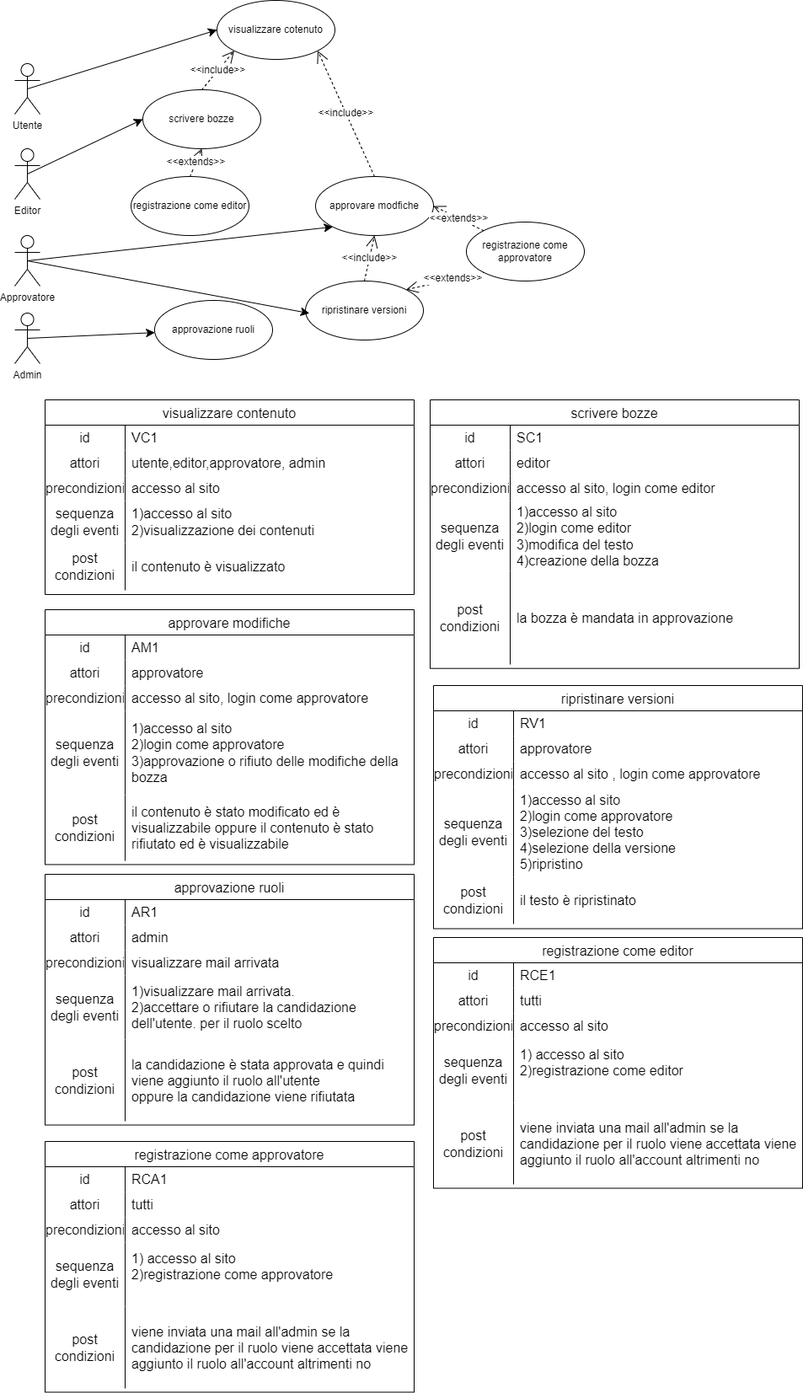
AngeloRipamonti/5C_WikiStudenti_DiDonnaKotisRipamontiTacconi keeps this draw.io diagram as assets/schemas/Casi d'uso.drawio.png. Above is the earlier version. Source tidied: cells renumbered, new cells last; positions are measured from the earlier drawing's top-left corner, leaving out a move shared by most shapes.
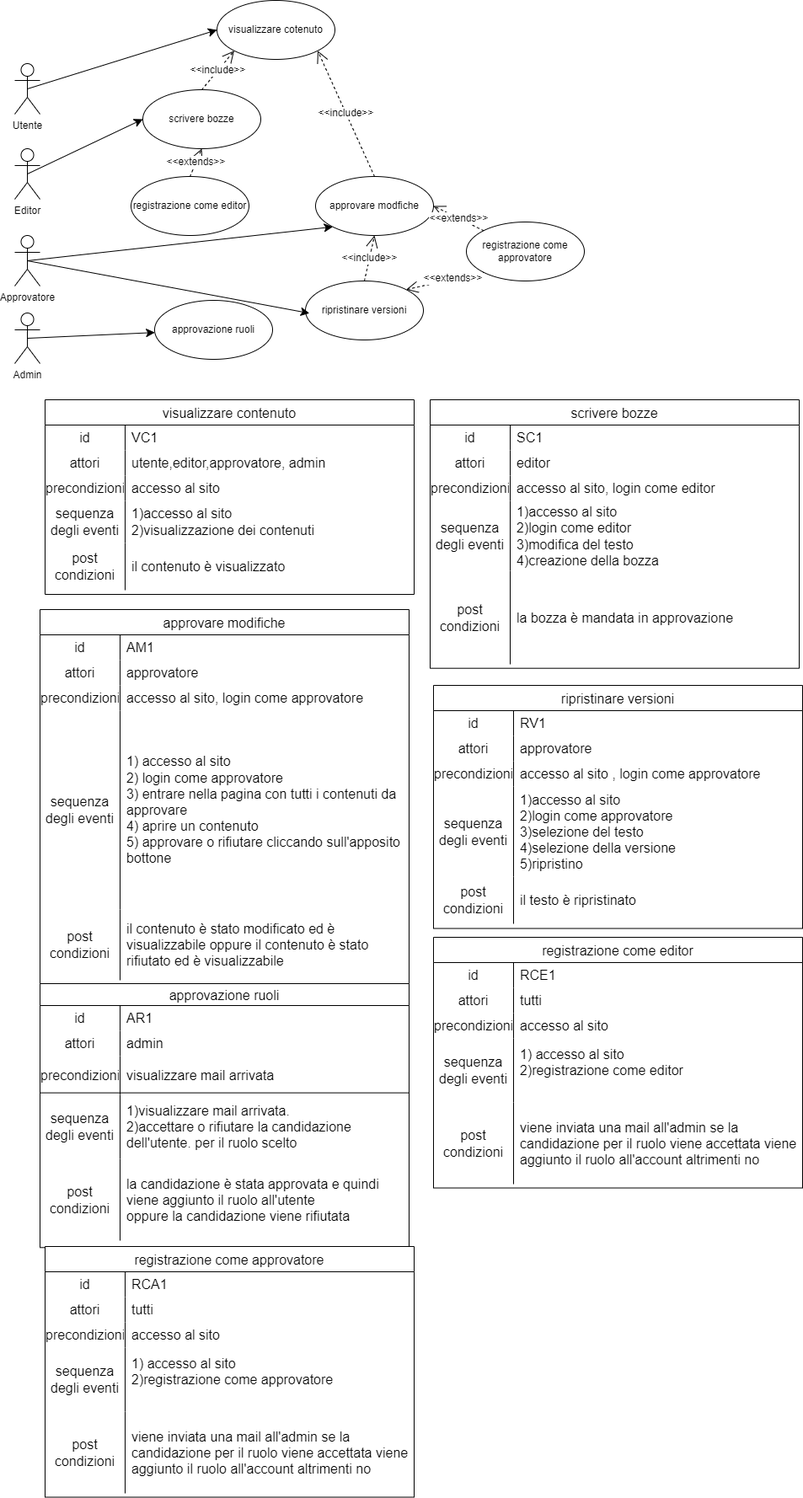
After the change.

Commit message:
use case

Diff of the diagram source:
```diff
@@ -150,7 +150,7 @@
       <mxGeometry x="95" width="343" height="111" as="geometry" />
     </mxCell>
     <mxCell id="51" value="approvare modifiche" style="shape=table;startSize=30;rowLines=0;fontStyle=0;strokeColor=default;fontSize=16;" parent="1" vertex="1">
-      <mxGeometry x="36" y="723" width="438" height="302.4" as="geometry" />
+      <mxGeometry x="30" y="723" width="438" height="573.6" as="geometry" />
     </mxCell>
     <mxCell id="52" style="shape=tableRow;horizontal=0;startSize=0;swimlaneHead=0;swimlaneBody=0;top=0;left=0;bottom=0;right=0;fillColor=none;strokeColor=inherit;fontSize=16;" parent="51" vertex="1">
       <mxGeometry y="30" width="438" height="30" as="geometry" />
@@ -180,22 +180,22 @@
       <mxGeometry x="95" width="343" height="30" as="geometry" />
     </mxCell>
     <mxCell id="61" style="shape=tableRow;horizontal=0;startSize=0;swimlaneHead=0;swimlaneBody=0;top=0;left=0;bottom=0;right=0;fillColor=none;strokeColor=inherit;fontSize=16;" parent="51" vertex="1">
-      <mxGeometry y="120" width="438" height="100" as="geometry" />
+      <mxGeometry y="120" width="438" height="236" as="geometry" />
     </mxCell>
     <mxCell id="62" value="sequenza degli eventi" style="shape=partialRectangle;html=1;whiteSpace=wrap;fillColor=none;top=0;left=0;bottom=0;right=0;overflow=hidden;strokeColor=inherit;fontSize=16;" parent="61" vertex="1">
-      <mxGeometry width="95" height="100" as="geometry" />
+      <mxGeometry width="95" height="236" as="geometry" />
     </mxCell>
-    <mxCell id="63" value="1)accesso al sito&lt;div&gt;2)login come approvatore&lt;/div&gt;&lt;div&gt;3)approvazione o rifiuto delle modifiche della bozza&lt;/div&gt;" style="shape=partialRectangle;html=1;whiteSpace=wrap;fillColor=none;top=0;left=0;bottom=0;right=0;align=left;spacingLeft=6;overflow=hidden;strokeColor=inherit;fontSize=16;" parent="61" vertex="1">
-      <mxGeometry x="95" width="343" height="100" as="geometry" />
+    <mxCell id="63" value="1) accesso al sito&lt;div&gt;2) login come approvatore&lt;/div&gt;&lt;div&gt;3) entrare nella pagina con tutti i contenuti da approvare&lt;/div&gt;&lt;div&gt;4) aprire un contenuto&amp;nbsp;&lt;/div&gt;&lt;div&gt;5) approvare o rifiutare cliccando sull'apposito bottone&lt;/div&gt;" style="shape=partialRectangle;html=1;whiteSpace=wrap;fillColor=none;top=0;left=0;bottom=0;right=0;align=left;spacingLeft=6;overflow=hidden;strokeColor=inherit;fontSize=16;" parent="61" vertex="1">
+      <mxGeometry x="95" width="343" height="236" as="geometry" />
     </mxCell>
     <mxCell id="64" style="shape=tableRow;horizontal=0;startSize=0;swimlaneHead=0;swimlaneBody=0;top=0;left=0;bottom=0;right=0;fillColor=none;strokeColor=inherit;fontSize=16;" parent="51" vertex="1">
-      <mxGeometry y="220" width="438" height="78" as="geometry" />
+      <mxGeometry y="356" width="438" height="84" as="geometry" />
     </mxCell>
     <mxCell id="65" value="post condizioni" style="shape=partialRectangle;html=1;whiteSpace=wrap;fillColor=none;top=0;left=0;bottom=0;right=0;overflow=hidden;strokeColor=inherit;fontSize=16;" parent="64" vertex="1">
-      <mxGeometry width="95" height="78" as="geometry" />
+      <mxGeometry width="95" height="84" as="geometry" />
     </mxCell>
     <mxCell id="66" value="il contenuto è stato modificato ed è visualizzabile oppure il contenuto è stato rifiutato ed è visualizzabile" style="shape=partialRectangle;html=1;whiteSpace=wrap;fillColor=none;top=0;left=0;bottom=0;right=0;align=left;spacingLeft=6;overflow=hidden;strokeColor=inherit;fontSize=16;" parent="64" vertex="1">
-      <mxGeometry x="95" width="343" height="78" as="geometry" />
+      <mxGeometry x="95" width="343" height="84" as="geometry" />
     </mxCell>
     <mxCell id="67" value="ripristinare versioni" style="shape=table;startSize=30;rowLines=0;fontStyle=0;strokeColor=default;fontSize=16;" parent="1" vertex="1">
       <mxGeometry x="497" y="813" width="438" height="288.5" as="geometry" />
@@ -245,11 +245,11 @@
     <mxCell id="82" value="il testo è ripristinato" style="shape=partialRectangle;html=1;whiteSpace=wrap;fillColor=none;top=0;left=0;bottom=0;right=0;align=left;spacingLeft=6;overflow=hidden;strokeColor=inherit;fontSize=16;" parent="80" vertex="1">
       <mxGeometry x="95" width="343" height="56" as="geometry" />
     </mxCell>
-    <mxCell id="83" value="approvazione ruoli" style="shape=table;startSize=30;rowLines=0;fontStyle=0;strokeColor=default;fontSize=16;" parent="1" vertex="1">
-      <mxGeometry x="36" y="1037" width="438" height="297.5" as="geometry" />
+    <mxCell id="83" value="approvazione ruoli" style="shape=table;startSize=26;rowLines=0;fontStyle=0;strokeColor=default;fontSize=16;" parent="1" vertex="1">
+      <mxGeometry x="30" y="1167" width="438" height="313.3" as="geometry" />
     </mxCell>
     <mxCell id="84" style="shape=tableRow;horizontal=0;startSize=0;swimlaneHead=0;swimlaneBody=0;top=0;left=0;bottom=0;right=0;fillColor=none;strokeColor=inherit;fontSize=16;" parent="83" vertex="1">
-      <mxGeometry y="30" width="438" height="30" as="geometry" />
+      <mxGeometry y="26" width="438" height="30" as="geometry" />
     </mxCell>
     <mxCell id="85" value="id" style="shape=partialRectangle;html=1;whiteSpace=wrap;fillColor=none;top=0;left=0;bottom=0;right=0;overflow=hidden;strokeColor=inherit;fontSize=16;" parent="84" vertex="1">
       <mxGeometry width="95" height="30" as="geometry" />
@@ -258,7 +258,7 @@
       <mxGeometry x="95" width="343" height="30" as="geometry" />
     </mxCell>
     <mxCell id="87" style="shape=tableRow;horizontal=0;startSize=0;swimlaneHead=0;swimlaneBody=0;top=0;left=0;bottom=0;right=0;fillColor=none;strokeColor=inherit;fontSize=16;" parent="83" vertex="1">
-      <mxGeometry y="60" width="438" height="30" as="geometry" />
+      <mxGeometry y="56" width="438" height="30" as="geometry" />
     </mxCell>
     <mxCell id="88" value="attori" style="shape=partialRectangle;html=1;whiteSpace=wrap;fillColor=none;top=0;left=0;bottom=0;right=0;overflow=hidden;strokeColor=inherit;fontSize=16;" parent="87" vertex="1">
       <mxGeometry width="95" height="30" as="geometry" />
@@ -267,16 +267,16 @@
       <mxGeometry x="95" width="343" height="30" as="geometry" />
     </mxCell>
     <mxCell id="90" style="shape=tableRow;horizontal=0;startSize=0;swimlaneHead=0;swimlaneBody=0;top=0;left=0;bottom=0;right=0;fillColor=none;strokeColor=inherit;fontSize=16;" parent="83" vertex="1">
-      <mxGeometry y="90" width="438" height="30" as="geometry" />
+      <mxGeometry y="86" width="438" height="46" as="geometry" />
     </mxCell>
     <mxCell id="91" value="precondizioni" style="shape=partialRectangle;html=1;whiteSpace=wrap;fillColor=none;top=0;left=0;bottom=0;right=0;overflow=hidden;strokeColor=inherit;fontSize=16;" parent="90" vertex="1">
-      <mxGeometry width="95" height="30" as="geometry" />
+      <mxGeometry width="95" height="46" as="geometry" />
     </mxCell>
     <mxCell id="92" value="visualizzare mail arrivata&amp;nbsp;" style="shape=partialRectangle;html=1;whiteSpace=wrap;fillColor=none;top=0;left=0;bottom=0;right=0;align=left;spacingLeft=6;overflow=hidden;strokeColor=inherit;fontSize=16;" parent="90" vertex="1">
-      <mxGeometry x="95" width="343" height="30" as="geometry" />
+      <mxGeometry x="95" width="343" height="46" as="geometry" />
     </mxCell>
     <mxCell id="93" style="shape=tableRow;horizontal=0;startSize=0;swimlaneHead=0;swimlaneBody=0;top=0;left=0;bottom=0;right=0;fillColor=none;strokeColor=inherit;fontSize=16;" parent="83" vertex="1">
-      <mxGeometry y="120" width="438" height="76" as="geometry" />
+      <mxGeometry y="132" width="438" height="76" as="geometry" />
     </mxCell>
     <mxCell id="94" value="sequenza degli eventi" style="shape=partialRectangle;html=1;whiteSpace=wrap;fillColor=none;top=0;left=0;bottom=0;right=0;overflow=hidden;strokeColor=inherit;fontSize=16;" parent="93" vertex="1">
       <mxGeometry width="95" height="76" as="geometry" />
@@ -285,7 +285,7 @@
       <mxGeometry x="95" width="343" height="76" as="geometry" />
     </mxCell>
     <mxCell id="96" style="shape=tableRow;horizontal=0;startSize=0;swimlaneHead=0;swimlaneBody=0;top=0;left=0;bottom=0;right=0;fillColor=none;strokeColor=inherit;fontSize=16;" parent="83" vertex="1">
-      <mxGeometry y="196" width="438" height="97" as="geometry" />
+      <mxGeometry y="208" width="438" height="97" as="geometry" />
     </mxCell>
     <mxCell id="97" value="post condizioni" style="shape=partialRectangle;html=1;whiteSpace=wrap;fillColor=none;top=0;left=0;bottom=0;right=0;overflow=hidden;strokeColor=inherit;fontSize=16;" parent="96" vertex="1">
       <mxGeometry width="95" height="97" as="geometry" />
@@ -357,7 +357,7 @@
       <mxGeometry x="95" width="343" height="97" as="geometry" />
     </mxCell>
     <mxCell id="120" value="registrazione come approvatore" style="shape=table;startSize=30;rowLines=0;fontStyle=0;strokeColor=default;fontSize=16;" parent="1" vertex="1">
-      <mxGeometry x="36" y="1354" width="438" height="297.5" as="geometry" />
+      <mxGeometry x="36" y="1479" width="438" height="297.5" as="geometry" />
     </mxCell>
     <mxCell id="121" style="shape=tableRow;horizontal=0;startSize=0;swimlaneHead=0;swimlaneBody=0;top=0;left=0;bottom=0;right=0;fillColor=none;strokeColor=inherit;fontSize=16;" parent="120" vertex="1">
       <mxGeometry y="30" width="438" height="30" as="geometry" />
```
